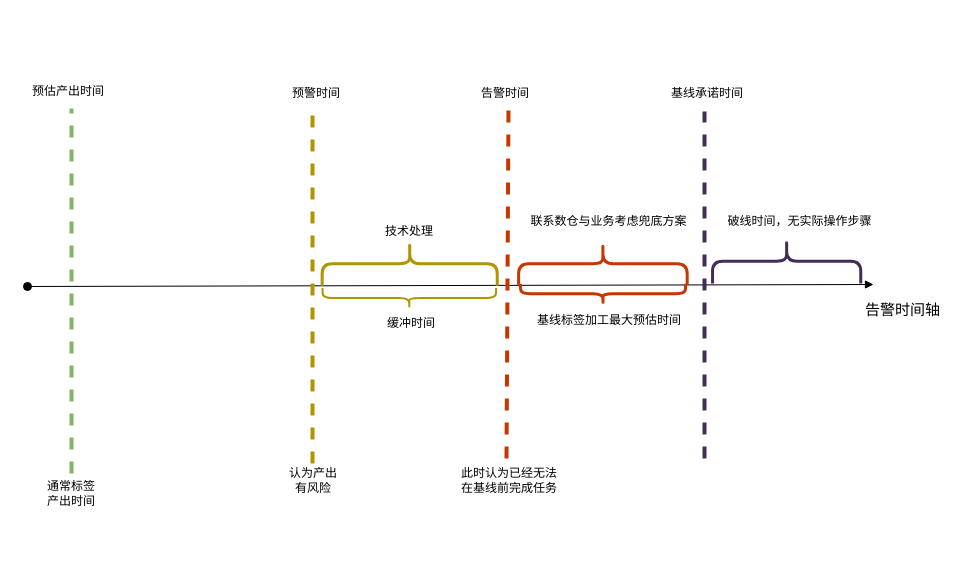
This is 离线标签基线告警图.drawio from 1418956397/JavaWeb-Project-Source-Share, a draw.io file, before an edit. Source tidied: cells renumbered, new cells numbered last; positions are measured from the earlier drawing's top-left corner, leaving out a move shared by most shapes. Both pictures are drawn from the tidied source at 100%, with x=0, y=0 at pixel (27, 76).
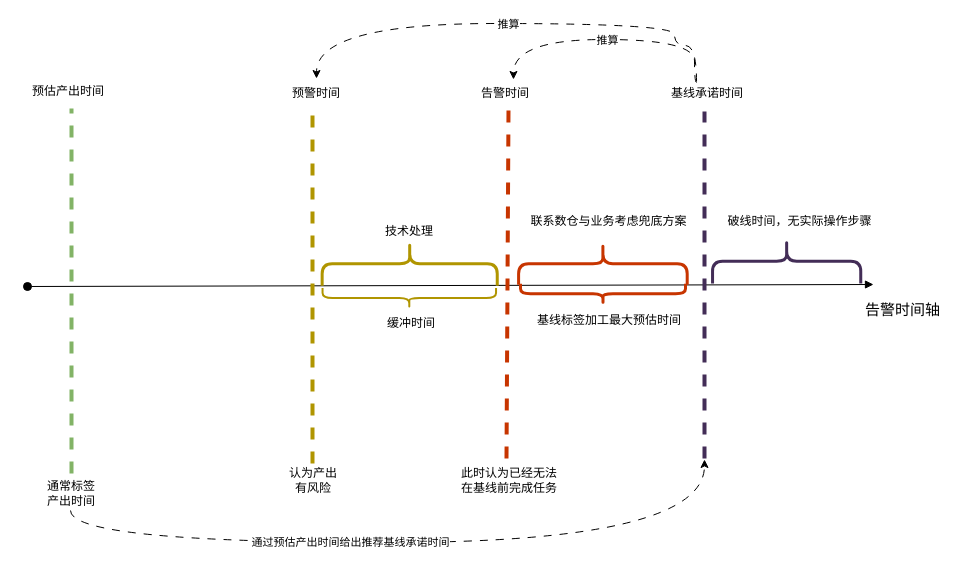
The same page after the edit.

Commit message:
更新离线标签基线告警图.drawio

Unchanged cells that the change refers to:
```xml
<mxCell id="4" value="基线承诺时间" style="text;html=1;whiteSpace=wrap;strokeColor=none;fillColor=none;align=center;verticalAlign=middle;rounded=0;" parent="1" vertex="1">
  <mxGeometry x="640" y="2" width="80" height="30" as="geometry" />
</mxCell>
<mxCell id="8" value="告警时间" style="text;html=1;whiteSpace=wrap;strokeColor=none;fillColor=none;align=center;verticalAlign=middle;rounded=0;" parent="1" vertex="1">
  <mxGeometry x="448" y="2" width="60" height="30" as="geometry" />
</mxCell>
<mxCell id="13" value="预警时间" style="text;html=1;whiteSpace=wrap;strokeColor=none;fillColor=none;align=center;verticalAlign=middle;rounded=0;" parent="1" vertex="1">
  <mxGeometry x="259" y="2" width="60" height="30" as="geometry" />
</mxCell>
```

Diff of the diagram source:
```diff
@@
+    <mxCell id="24" style="endArrow=classic;html=1;rounded=0;exitX=0.5;exitY=1;exitDx=0;exitDy=0;edgeStyle=orthogonalEdgeStyle;curved=1;dashed=1;dashPattern=8 8;" parent="1" edge="1">
+      <mxGeometry relative="1" as="geometry">
+        <mxPoint x="43" y="434" as="sourcePoint" />
+        <mxPoint x="677" y="383" as="targetPoint" />
+        <Array as="points">
+          <mxPoint x="43" y="466" />
+          <mxPoint x="677" y="466" />
+        </Array>
+      </mxGeometry>
+    </mxCell>
+    <mxCell id="25" value="通过预估产出时间给出推荐基线承诺时间" style="edgeLabel;html=1;align=center;verticalAlign=middle;" parent="24" vertex="1">
+      <mxGeometry x="-0.17" y="1" relative="1" as="geometry" />
+    </mxCell>
+    <mxCell id="26" style="endArrow=classic;html=1;rounded=0;edgeStyle=orthogonalEdgeStyle;curved=1;dashed=1;dashPattern=8 8;entryX=0.633;entryY=0.033;entryDx=0;entryDy=0;entryPerimeter=0;exitX=0.363;exitY=0.133;exitDx=0;exitDy=0;exitPerimeter=0;" parent="1" edge="1" source="4" target="8">
+      <mxGeometry relative="1" as="geometry">
+        <Array as="points">
+          <mxPoint x="667" y="6" />
+          <mxPoint x="667" y="-37" />
+          <mxPoint x="486" y="-37" />
+        </Array>
+      </mxGeometry>
+    </mxCell>
+    <mxCell id="27" value="推算" style="edgeLabel;html=1;align=center;verticalAlign=middle;" parent="26" vertex="1">
+      <mxGeometry relative="1" as="geometry" />
+    </mxCell>
+    <mxCell id="28" style="endArrow=classic;html=1;rounded=0;exitX=0.363;exitY=0.1;exitDx=0;exitDy=0;edgeStyle=orthogonalEdgeStyle;curved=1;dashed=1;dashPattern=8 8;entryX=0.5;entryY=0;entryDx=0;entryDy=0;exitPerimeter=0;" parent="1" edge="1" source="4" target="13">
+      <mxGeometry relative="1" as="geometry">
+        <Array as="points">
+          <mxPoint x="669" y="-31" />
+          <mxPoint x="647" y="-31" />
+          <mxPoint x="647" y="-53" />
+          <mxPoint x="289" y="-53" />
+        </Array>
+      </mxGeometry>
+    </mxCell>
+    <mxCell id="29" value="推算" style="edgeLabel;html=1;align=center;verticalAlign=middle;" parent="28" vertex="1">
+      <mxGeometry relative="1" as="geometry" />
+    </mxCell>
```
